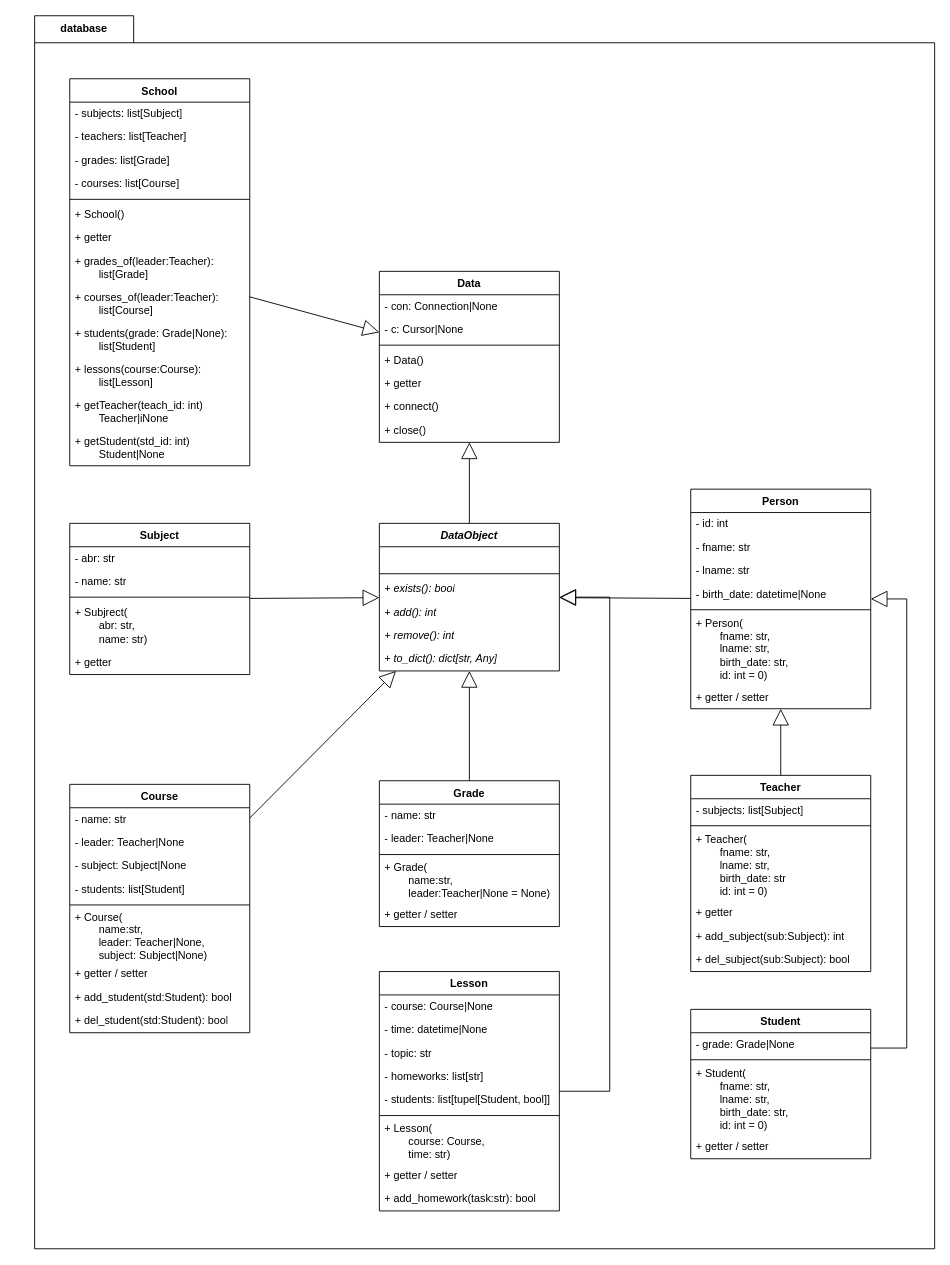
This is drafts/database.drawio from elma1989/teach, a draw.io file, before an edit. Source tidied: cells renumbered, new cells numbered last; positions are measured from the earlier drawing's top-left corner, leaving out a move shared by most shapes. Both pictures are drawn from the tidied source at 90%, with x=0, y=0 at pixel (15, 15).
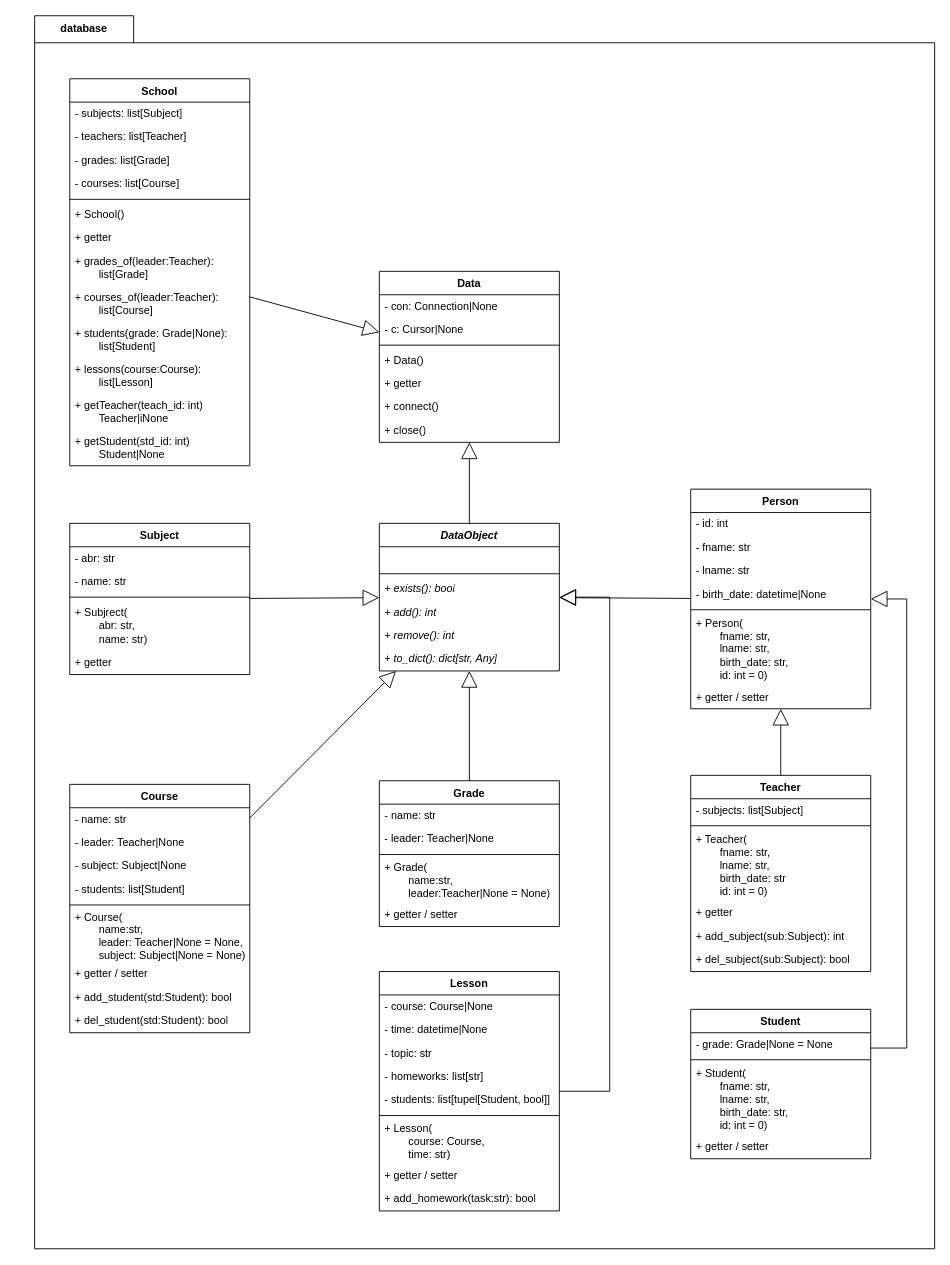
Above is the later version.

Commit message:
Update database.drawio: Default-Values Course(),  Student.grade set

The change refers to these unchanged cells:
```xml
<mxCell id="5" value="Course" style="swimlane;fontStyle=1;align=center;verticalAlign=top;horizontal=1;startSize=26;whiteSpace=wrap;html=1;" parent="1" vertex="1">
  <mxGeometry x="60" y="854" width="200" height="276" as="geometry" />
</mxCell>
<mxCell id="15" value="Student" style="swimlane;fontStyle=1;align=center;verticalAlign=top;horizontal=1;startSize=26;whiteSpace=wrap;html=1;" parent="1" vertex="1">
  <mxGeometry x="750" y="1104" width="200" height="166" as="geometry" />
</mxCell>
```

What changed in the source:
```diff
@@
-    <mxCell id="11" value="&lt;div&gt;+ Course(&lt;/div&gt;&lt;div&gt;&lt;span style=&quot;white-space: pre;&quot;&gt;&#9;&lt;/span&gt;name:str,&lt;/div&gt;&lt;div&gt;&lt;span style=&quot;white-space: pre;&quot;&gt;&#9;&lt;/span&gt;leader: Teacher|None,&lt;/div&gt;&lt;div&gt;&lt;span style=&quot;white-space: pre;&quot;&gt;&#9;&lt;/span&gt;subject: Subject|None)&lt;br&gt;&lt;/div&gt;" style="text;strokeColor=none;fillColor=none;align=left;verticalAlign=middle;spacingLeft=4;spacingRight=4;overflow=hidden;whiteSpace=wrap;html=1;" parent="5" vertex="1">
+    <mxCell id="11" value="&lt;div&gt;+ Course(&lt;/div&gt;&lt;div&gt;&lt;span style=&quot;white-space: pre;&quot;&gt;&#9;&lt;/span&gt;name:str,&lt;/div&gt;&lt;div&gt;&lt;span style=&quot;white-space: pre;&quot;&gt;&#9;&lt;/span&gt;leader: Teacher|None = None,&lt;/div&gt;&lt;div&gt;&lt;span style=&quot;white-space: pre;&quot;&gt;&#9;&lt;/span&gt;subject: Subject|None = None)&lt;br&gt;&lt;/div&gt;" style="text;strokeColor=none;fillColor=none;align=left;verticalAlign=middle;spacingLeft=4;spacingRight=4;overflow=hidden;whiteSpace=wrap;html=1;" parent="5" vertex="1">
       <mxGeometry y="138" width="200" height="60" as="geometry" />
     </mxCell>
@@
-    <mxCell id="16" value="- grade: Grade|None" style="text;strokeColor=none;fillColor=none;align=left;verticalAlign=middle;spacingLeft=4;spacingRight=4;overflow=hidden;whiteSpace=wrap;html=1;" parent="15" vertex="1">
+    <mxCell id="16" value="- grade: Grade|None = None" style="text;strokeColor=none;fillColor=none;align=left;verticalAlign=middle;spacingLeft=4;spacingRight=4;overflow=hidden;whiteSpace=wrap;html=1;" parent="15" vertex="1">
       <mxGeometry y="26" width="200" height="26" as="geometry" />
     </mxCell>
```
